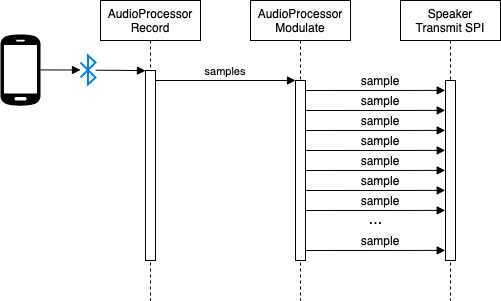
This is docs/src/assets/pictures/software/sequence_diagramm.png from lufixSch/sound-laser, a draw.io export, as it was before one commit. Source tidied: cells renumbered, new cells last; positions are measured from the earlier drawing's top-left corner, leaving out a move shared by most shapes. Its diagram source:
```xml
<mxGraphModel>
  <root>
    <mxCell id="0" />
    <mxCell id="1" parent="0" />
    <mxCell id="2" value="AudioProcessor&#10;Record" style="shape=umlLifeline;perimeter=lifelinePerimeter;rounded=0;shadow=0;strokeWidth=1;" parent="1" vertex="1">
      <mxGeometry x="100" width="100" height="300" as="geometry" />
    </mxCell>
    <mxCell id="3" style="points=[];perimeter=orthogonalPerimeter;rounded=0;shadow=0;strokeWidth=1;" parent="2" vertex="1">
      <mxGeometry x="45" y="70" width="10" height="190" as="geometry" />
    </mxCell>
    <mxCell id="4" value="AudioProcessor&#10;Modulate" style="shape=umlLifeline;perimeter=lifelinePerimeter;rounded=0;shadow=0;strokeWidth=1;" parent="1" vertex="1">
      <mxGeometry x="250" width="100" height="300" as="geometry" />
    </mxCell>
    <mxCell id="5" style="points=[];perimeter=orthogonalPerimeter;rounded=0;shadow=0;strokeWidth=1;" parent="4" vertex="1">
      <mxGeometry x="45" y="80" width="10" height="180" as="geometry" />
    </mxCell>
    <mxCell id="6" value="samples" style="verticalAlign=bottom;endArrow=block;entryX=0;entryY=0;shadow=0;strokeWidth=1;" parent="1" edge="1" source="3" target="5">
      <mxGeometry relative="1" as="geometry" />
    </mxCell>
    <mxCell id="7" value="Speaker&#10;Transmit SPI" style="shape=umlLifeline;perimeter=lifelinePerimeter;rounded=0;shadow=0;strokeWidth=1;" parent="1" vertex="1">
      <mxGeometry x="400" width="100" height="300" as="geometry" />
    </mxCell>
    <mxCell id="8" style="points=[];perimeter=orthogonalPerimeter;rounded=0;shadow=0;strokeWidth=1;" parent="7" vertex="1">
      <mxGeometry x="45" y="80" width="10" height="180" as="geometry" />
    </mxCell>
    <mxCell id="9" value="..." style="text;html=1;align=center;verticalAlign=middle;strokeColor=none;fillColor=none;fontSize=16;" parent="1" vertex="1">
      <mxGeometry x="355" y="204" width="40" height="30" as="geometry" />
    </mxCell>
    <mxCell id="10" value="sample" style="verticalAlign=bottom;endArrow=block;shadow=0;strokeWidth=1;entryX=-0.028;entryY=0.055;entryDx=0;entryDy=0;entryPerimeter=0;fontSize=12;" parent="1" edge="1" target="8">
      <mxGeometry x="0.07" relative="1" as="geometry">
        <mxPoint x="305" y="90" as="sourcePoint" />
      </mxGeometry>
    </mxCell>
    <mxCell id="11" style="html=1;verticalLabelPosition=bottom;align=center;labelBackgroundColor=#ffffff;verticalAlign=top;strokeWidth=2;strokeColor=#0080F0;shadow=0;dashed=0;shape=mxgraph.ios7.icons.bluetooth;" parent="1" vertex="1">
      <mxGeometry x="80" y="55.1" width="15" height="28.8" as="geometry" />
    </mxCell>
    <mxCell id="12" style="edgeStyle=orthogonalEdgeStyle;rounded=0;jettySize=auto;html=1;entryX=0;entryY=0.5;entryDx=0;entryDy=0;entryPerimeter=0;endArrow=block;endFill=1;" parent="1" edge="1" target="11">
      <mxGeometry relative="1" as="geometry">
        <mxPoint x="40" y="69.5" as="sourcePoint" />
      </mxGeometry>
    </mxCell>
    <mxCell id="13" style="sketch=0;shadow=0;dashed=0;html=1;strokeColor=none;fillColor=#000000;labelPosition=center;verticalLabelPosition=bottom;verticalAlign=top;outlineConnect=0;align=center;shape=mxgraph.office.devices.cell_phone_android_proportional;" parent="1" vertex="1">
      <mxGeometry y="33" width="40" height="72.9" as="geometry" />
    </mxCell>
    <mxCell id="14" style="edgeStyle=orthogonalEdgeStyle;rounded=0;jettySize=auto;html=1;entryX=-0.002;entryY=0.001;entryDx=0;entryDy=0;entryPerimeter=0;exitX=1.021;exitY=0.51;exitDx=0;exitDy=0;exitPerimeter=0;endArrow=block;endFill=1;" parent="1" edge="1" source="11" target="3">
      <mxGeometry relative="1" as="geometry">
        <Array as="points">
          <mxPoint x="115" y="70" />
          <mxPoint x="145" y="70" />
        </Array>
      </mxGeometry>
    </mxCell>
    <mxCell id="15" value="sample" style="verticalAlign=bottom;endArrow=block;shadow=0;strokeWidth=1;entryX=-0.028;entryY=0.055;entryDx=0;entryDy=0;entryPerimeter=0;fontSize=12;" parent="1" edge="1">
      <mxGeometry x="0.07" relative="1" as="geometry">
        <mxPoint x="305" y="110" as="sourcePoint" />
        <mxPoint x="444.7" y="109.9" as="targetPoint" />
      </mxGeometry>
    </mxCell>
    <mxCell id="16" value="sample" style="verticalAlign=bottom;endArrow=block;shadow=0;strokeWidth=1;entryX=-0.028;entryY=0.055;entryDx=0;entryDy=0;entryPerimeter=0;fontSize=12;" parent="1" edge="1">
      <mxGeometry x="0.07" relative="1" as="geometry">
        <mxPoint x="305" y="130" as="sourcePoint" />
        <mxPoint x="444.7" y="129.9" as="targetPoint" />
      </mxGeometry>
    </mxCell>
    <mxCell id="17" value="sample" style="verticalAlign=bottom;endArrow=block;shadow=0;strokeWidth=1;entryX=-0.028;entryY=0.055;entryDx=0;entryDy=0;entryPerimeter=0;fontSize=12;" parent="1" edge="1">
      <mxGeometry x="0.07" relative="1" as="geometry">
        <mxPoint x="305" y="150" as="sourcePoint" />
        <mxPoint x="444.7" y="149.9" as="targetPoint" />
      </mxGeometry>
    </mxCell>
    <mxCell id="18" value="sample" style="verticalAlign=bottom;endArrow=block;shadow=0;strokeWidth=1;entryX=-0.028;entryY=0.055;entryDx=0;entryDy=0;entryPerimeter=0;fontSize=12;" parent="1" edge="1">
      <mxGeometry x="0.07" relative="1" as="geometry">
        <mxPoint x="305" y="170" as="sourcePoint" />
        <mxPoint x="444.7" y="169.9" as="targetPoint" />
      </mxGeometry>
    </mxCell>
    <mxCell id="19" value="sample" style="verticalAlign=bottom;endArrow=block;shadow=0;strokeWidth=1;entryX=-0.028;entryY=0.055;entryDx=0;entryDy=0;entryPerimeter=0;fontSize=12;" parent="1" edge="1">
      <mxGeometry x="0.07" relative="1" as="geometry">
        <mxPoint x="305" y="190" as="sourcePoint" />
        <mxPoint x="444.7" y="189.9" as="targetPoint" />
      </mxGeometry>
    </mxCell>
    <mxCell id="20" value="sample" style="verticalAlign=bottom;endArrow=block;shadow=0;strokeWidth=1;entryX=-0.028;entryY=0.055;entryDx=0;entryDy=0;entryPerimeter=0;fontSize=12;" parent="1" edge="1">
      <mxGeometry x="0.07" relative="1" as="geometry">
        <mxPoint x="305" y="210" as="sourcePoint" />
        <mxPoint x="444.7" y="209.9" as="targetPoint" />
      </mxGeometry>
    </mxCell>
    <mxCell id="21" value="sample" style="verticalAlign=bottom;endArrow=block;shadow=0;strokeWidth=1;entryX=-0.028;entryY=0.055;entryDx=0;entryDy=0;entryPerimeter=0;fontSize=12;" parent="1" edge="1">
      <mxGeometry x="0.07" relative="1" as="geometry">
        <mxPoint x="305" y="250" as="sourcePoint" />
        <mxPoint x="444.7" y="249.9" as="targetPoint" />
      </mxGeometry>
    </mxCell>
  </root>
</mxGraphModel>
```
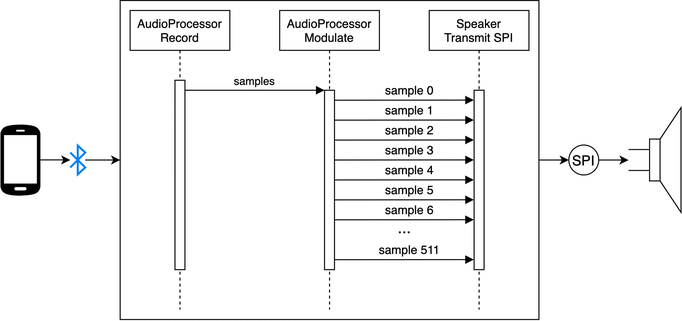
The same diagram one commit later.

What changed in the source:
```diff
@@ -26,71 +26,79 @@
     <mxCell id="9" value="..." style="text;html=1;align=center;verticalAlign=middle;strokeColor=none;fillColor=none;fontSize=16;" parent="1" vertex="1">
       <mxGeometry x="355" y="204" width="40" height="30" as="geometry" />
     </mxCell>
-    <mxCell id="10" value="sample" style="verticalAlign=bottom;endArrow=block;shadow=0;strokeWidth=1;entryX=-0.028;entryY=0.055;entryDx=0;entryDy=0;entryPerimeter=0;fontSize=12;" parent="1" edge="1" target="8">
+    <mxCell id="10" value="sample 0" style="verticalAlign=bottom;endArrow=block;shadow=0;strokeWidth=1;entryX=-0.028;entryY=0.055;entryDx=0;entryDy=0;entryPerimeter=0;fontSize=12;" parent="1" edge="1" target="8">
       <mxGeometry x="0.07" relative="1" as="geometry">
         <mxPoint x="305" y="90" as="sourcePoint" />
       </mxGeometry>
     </mxCell>
+    <mxCell id="22" style="edgeStyle=orthogonalEdgeStyle;rounded=0;jettySize=auto;html=1;entryX=0;entryY=0.5;entryDx=0;entryDy=0;fontSize=14;" parent="1" edge="1" source="11" target="25">
+      <mxGeometry relative="1" as="geometry" />
+    </mxCell>
     <mxCell id="11" style="html=1;verticalLabelPosition=bottom;align=center;labelBackgroundColor=#ffffff;verticalAlign=top;strokeWidth=2;strokeColor=#0080F0;shadow=0;dashed=0;shape=mxgraph.ios7.icons.bluetooth;" parent="1" vertex="1">
-      <mxGeometry x="80" y="55.1" width="15" height="28.8" as="geometry" />
+      <mxGeometry x="40" y="135.6" width="15" height="28.8" as="geometry" />
     </mxCell>
-    <mxCell id="12" style="edgeStyle=orthogonalEdgeStyle;rounded=0;jettySize=auto;html=1;entryX=0;entryY=0.5;entryDx=0;entryDy=0;entryPerimeter=0;endArrow=block;endFill=1;" parent="1" edge="1" target="11">
-      <mxGeometry relative="1" as="geometry">
-        <mxPoint x="40" y="69.5" as="sourcePoint" />
-      </mxGeometry>
-    </mxCell>
+    <mxCell id="23" style="edgeStyle=orthogonalEdgeStyle;rounded=0;jettySize=auto;html=1;entryX=0;entryY=0.5;entryDx=0;entryDy=0;entryPerimeter=0;fontSize=14;" parent="1" edge="1" source="13" target="11">
+      <mxGeometry relative="1" as="geometry" />
+    </mxCell>
     <mxCell id="13" style="sketch=0;shadow=0;dashed=0;html=1;strokeColor=none;fillColor=#000000;labelPosition=center;verticalLabelPosition=bottom;verticalAlign=top;outlineConnect=0;align=center;shape=mxgraph.office.devices.cell_phone_android_proportional;" parent="1" vertex="1">
-      <mxGeometry y="33" width="40" height="72.9" as="geometry" />
+      <mxGeometry x="-30" y="113.5" width="40" height="72.9" as="geometry" />
     </mxCell>
-    <mxCell id="14" style="edgeStyle=orthogonalEdgeStyle;rounded=0;jettySize=auto;html=1;entryX=-0.002;entryY=0.001;entryDx=0;entryDy=0;entryPerimeter=0;exitX=1.021;exitY=0.51;exitDx=0;exitDy=0;exitPerimeter=0;endArrow=block;endFill=1;" parent="1" edge="1" source="11" target="3">
-      <mxGeometry relative="1" as="geometry">
-        <Array as="points">
-          <mxPoint x="115" y="70" />
-          <mxPoint x="145" y="70" />
-        </Array>
-      </mxGeometry>
-    </mxCell>
-    <mxCell id="15" value="sample" style="verticalAlign=bottom;endArrow=block;shadow=0;strokeWidth=1;entryX=-0.028;entryY=0.055;entryDx=0;entryDy=0;entryPerimeter=0;fontSize=12;" parent="1" edge="1">
+    <mxCell id="15" value="sample 1" style="verticalAlign=bottom;endArrow=block;shadow=0;strokeWidth=1;entryX=-0.028;entryY=0.055;entryDx=0;entryDy=0;entryPerimeter=0;fontSize=12;" parent="1" edge="1">
       <mxGeometry x="0.07" relative="1" as="geometry">
         <mxPoint x="305" y="110" as="sourcePoint" />
         <mxPoint x="444.7" y="109.9" as="targetPoint" />
       </mxGeometry>
     </mxCell>
-    <mxCell id="16" value="sample" style="verticalAlign=bottom;endArrow=block;shadow=0;strokeWidth=1;entryX=-0.028;entryY=0.055;entryDx=0;entryDy=0;entryPerimeter=0;fontSize=12;" parent="1" edge="1">
+    <mxCell id="16" value="sample 2" style="verticalAlign=bottom;endArrow=block;shadow=0;strokeWidth=1;entryX=-0.028;entryY=0.055;entryDx=0;entryDy=0;entryPerimeter=0;fontSize=12;" parent="1" edge="1">
       <mxGeometry x="0.07" relative="1" as="geometry">
         <mxPoint x="305" y="130" as="sourcePoint" />
         <mxPoint x="444.7" y="129.9" as="targetPoint" />
       </mxGeometry>
     </mxCell>
-    <mxCell id="17" value="sample" style="verticalAlign=bottom;endArrow=block;shadow=0;strokeWidth=1;entryX=-0.028;entryY=0.055;entryDx=0;entryDy=0;entryPerimeter=0;fontSize=12;" parent="1" edge="1">
+    <mxCell id="17" value="sample 3" style="verticalAlign=bottom;endArrow=block;shadow=0;strokeWidth=1;entryX=-0.028;entryY=0.055;entryDx=0;entryDy=0;entryPerimeter=0;fontSize=12;" parent="1" edge="1">
       <mxGeometry x="0.07" relative="1" as="geometry">
         <mxPoint x="305" y="150" as="sourcePoint" />
         <mxPoint x="444.7" y="149.9" as="targetPoint" />
       </mxGeometry>
     </mxCell>
-    <mxCell id="18" value="sample" style="verticalAlign=bottom;endArrow=block;shadow=0;strokeWidth=1;entryX=-0.028;entryY=0.055;entryDx=0;entryDy=0;entryPerimeter=0;fontSize=12;" parent="1" edge="1">
+    <mxCell id="18" value="sample 4" style="verticalAlign=bottom;endArrow=block;shadow=0;strokeWidth=1;entryX=-0.028;entryY=0.055;entryDx=0;entryDy=0;entryPerimeter=0;fontSize=12;" parent="1" edge="1">
       <mxGeometry x="0.07" relative="1" as="geometry">
         <mxPoint x="305" y="170" as="sourcePoint" />
         <mxPoint x="444.7" y="169.9" as="targetPoint" />
       </mxGeometry>
     </mxCell>
-    <mxCell id="19" value="sample" style="verticalAlign=bottom;endArrow=block;shadow=0;strokeWidth=1;entryX=-0.028;entryY=0.055;entryDx=0;entryDy=0;entryPerimeter=0;fontSize=12;" parent="1" edge="1">
+    <mxCell id="19" value="sample 5" style="verticalAlign=bottom;endArrow=block;shadow=0;strokeWidth=1;entryX=-0.028;entryY=0.055;entryDx=0;entryDy=0;entryPerimeter=0;fontSize=12;" parent="1" edge="1">
       <mxGeometry x="0.07" relative="1" as="geometry">
         <mxPoint x="305" y="190" as="sourcePoint" />
         <mxPoint x="444.7" y="189.9" as="targetPoint" />
       </mxGeometry>
     </mxCell>
-    <mxCell id="20" value="sample" style="verticalAlign=bottom;endArrow=block;shadow=0;strokeWidth=1;entryX=-0.028;entryY=0.055;entryDx=0;entryDy=0;entryPerimeter=0;fontSize=12;" parent="1" edge="1">
+    <mxCell id="20" value="sample 6" style="verticalAlign=bottom;endArrow=block;shadow=0;strokeWidth=1;entryX=-0.028;entryY=0.055;entryDx=0;entryDy=0;entryPerimeter=0;fontSize=12;" parent="1" edge="1">
       <mxGeometry x="0.07" relative="1" as="geometry">
         <mxPoint x="305" y="210" as="sourcePoint" />
         <mxPoint x="444.7" y="209.9" as="targetPoint" />
       </mxGeometry>
     </mxCell>
-    <mxCell id="21" value="sample" style="verticalAlign=bottom;endArrow=block;shadow=0;strokeWidth=1;entryX=-0.028;entryY=0.055;entryDx=0;entryDy=0;entryPerimeter=0;fontSize=12;" parent="1" edge="1">
+    <mxCell id="21" value="sample 511" style="verticalAlign=bottom;endArrow=block;shadow=0;strokeWidth=1;entryX=-0.028;entryY=0.055;entryDx=0;entryDy=0;entryPerimeter=0;fontSize=12;" parent="1" edge="1">
       <mxGeometry x="0.07" relative="1" as="geometry">
         <mxPoint x="305" y="250" as="sourcePoint" />
         <mxPoint x="444.7" y="249.9" as="targetPoint" />
       </mxGeometry>
     </mxCell>
+    <mxCell id="24" style="edgeStyle=orthogonalEdgeStyle;rounded=0;jettySize=auto;html=1;entryX=0;entryY=0.5;entryDx=0;entryDy=0;fontSize=14;" parent="1" edge="1" source="25" target="27">
+      <mxGeometry relative="1" as="geometry" />
+    </mxCell>
+    <mxCell id="25" style="rounded=0;whiteSpace=wrap;html=1;fillColor=none;" parent="1" vertex="1">
+      <mxGeometry x="90" y="-10" width="420" height="320" as="geometry" />
+    </mxCell>
+    <mxCell id="26" style="edgeStyle=orthogonalEdgeStyle;rounded=0;jettySize=auto;html=1;entryX=-0.002;entryY=0.501;entryDx=0;entryDy=0;entryPerimeter=0;fontSize=14;" parent="1" edge="1" source="27" target="28">
+      <mxGeometry relative="1" as="geometry" />
+    </mxCell>
+    <mxCell id="27" value="SPI" style="ellipse;whiteSpace=wrap;html=1;fillColor=none;verticalAlign=middle;fontSize=14;spacingTop=1;spacingBottom=0;" parent="1" vertex="1">
+      <mxGeometry x="540" y="135" width="30" height="30" as="geometry" />
+    </mxCell>
+    <mxCell id="28" style="verticalLabelPosition=bottom;shadow=0;dashed=0;align=center;html=1;verticalAlign=top;shape=mxgraph.electrical.electro-mechanical.loudspeaker;fillColor=none;" parent="1" vertex="1">
+      <mxGeometry x="600" y="97.5" width="52.5" height="105" as="geometry" />
+    </mxCell>
   </root>
 </mxGraphModel>
```
